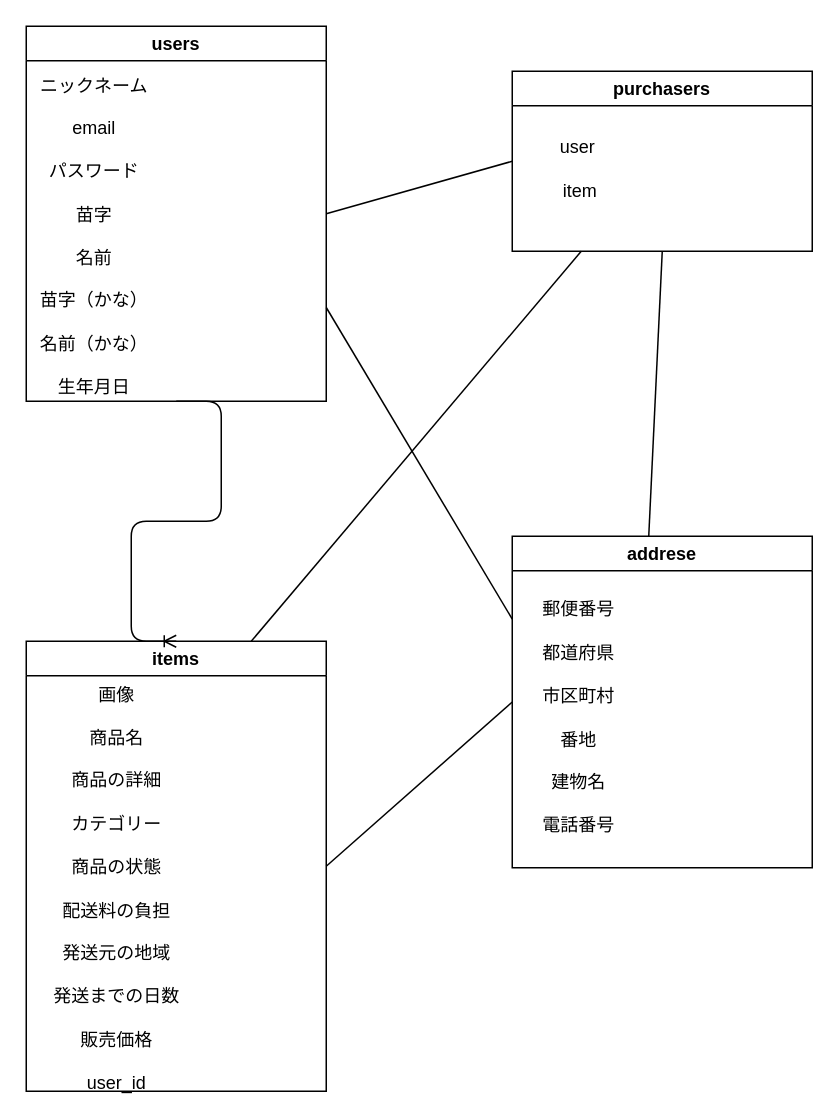
masakazematsumoto/furima--29331- keeps this draw.io diagram as config/cocoa.dio. Above is the earlier version. Source tidied: cells renumbered, new cells numbered last; positions are measured from the earlier drawing's top-left corner, leaving out a move shared by most shapes. Both pictures are drawn from the tidied source at 150%, with x=0, y=0 at pixel (26, 26).
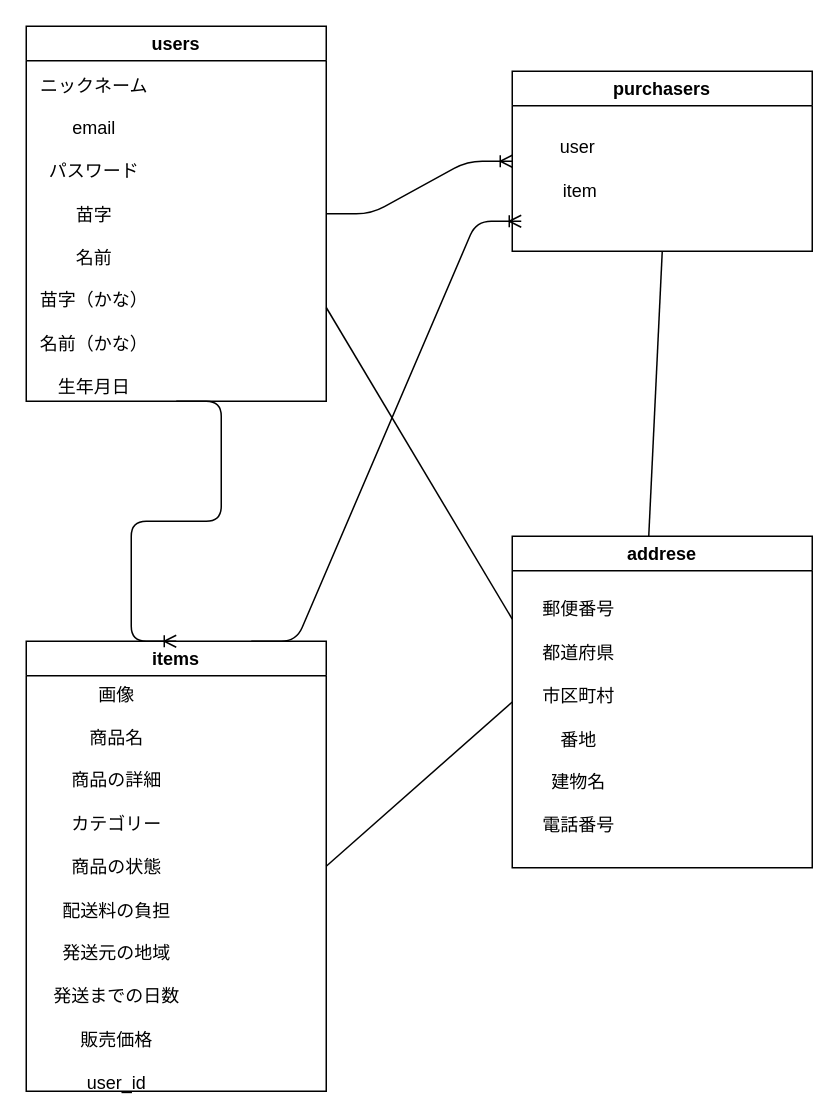
The same diagram, later.

Commit message (it also covers changes not shown here):
テーブル設計2

Change to the diagram source:
```diff
@@
 <mxGraphModel>
   <root>
     <mxCell id="0" />
     <mxCell id="1" parent="0" />
     <mxCell id="2" value="users" style="swimlane;" parent="1" vertex="1">
       <mxGeometry width="200" height="250" as="geometry" />
     </mxCell>
     <mxCell id="3" value="ニックネーム&lt;br&gt;&lt;br&gt;email&lt;br&gt;&lt;br&gt;パスワード&lt;br&gt;&lt;br&gt;苗字&lt;br&gt;&lt;br&gt;名前&lt;br&gt;&lt;br&gt;苗字（かな）&lt;br&gt;&lt;br&gt;名前（かな）&lt;br&gt;&lt;br&gt;生年月日" style="text;html=1;align=center;verticalAlign=middle;" parent="2" vertex="1">
       <mxGeometry y="30" width="90" height="220" as="geometry" />
     </mxCell>
     <mxCell id="4" value="items" style="swimlane;" parent="1" vertex="1">
       <mxGeometry y="410" width="200" height="300" as="geometry" />
     </mxCell>
     <mxCell id="5" value="画像&lt;br&gt;&lt;br&gt;商品名&lt;br&gt;&lt;br&gt;商品の詳細&lt;br&gt;&lt;br&gt;カテゴリー&lt;br&gt;&lt;br&gt;商品の状態&lt;br&gt;&lt;br&gt;配送料の負担&lt;br&gt;&lt;br&gt;発送元の地域&lt;br&gt;&lt;br&gt;発送までの日数&lt;br&gt;&lt;br&gt;販売価格&lt;br&gt;&lt;br&gt;user_id&lt;br&gt;" style="text;html=1;align=center;verticalAlign=middle;" parent="4" vertex="1">
       <mxGeometry x="10" y="30" width="100" height="270" as="geometry" />
     </mxCell>
     <mxCell id="6" value="purchasers" style="swimlane;" parent="1" vertex="1">
       <mxGeometry x="324" y="30" width="200" height="120" as="geometry" />
     </mxCell>
     <mxCell id="7" value="user&amp;nbsp;&lt;br&gt;&lt;br&gt;item" style="text;html=1;align=center;verticalAlign=middle;" parent="6" vertex="1">
       <mxGeometry x="25" y="40" width="40" height="50" as="geometry" />
     </mxCell>
     <mxCell id="8" value="addrese" style="swimlane;" parent="1" vertex="1">
       <mxGeometry x="324" y="340" width="200" height="221" as="geometry" />
     </mxCell>
     <mxCell id="9" value="郵便番号&lt;br&gt;&lt;br&gt;都道府県&lt;br&gt;&lt;br&gt;市区町村&lt;br&gt;&lt;br&gt;番地&lt;br&gt;&lt;br&gt;建物名&lt;br&gt;&lt;br&gt;電話番号" style="text;html=1;align=center;verticalAlign=middle;" parent="8" vertex="1">
       <mxGeometry x="14" y="41" width="60" height="160" as="geometry" />
     </mxCell>
     <mxCell id="10" style="edgeStyle=entityRelationEdgeStyle;fontSize=12;html=1;endArrow=ERoneToMany;exitX=0.5;exitY=1;exitDx=0;exitDy=0;" parent="1" edge="1" source="2">
       <mxGeometry relative="1" as="geometry">
         <mxPoint x="100" y="410" as="targetPoint" />
       </mxGeometry>
     </mxCell>
     <mxCell id="11" style="endArrow=none;html=1;rounded=0;exitX=1;exitY=0.5;exitDx=0;exitDy=0;entryX=0;entryY=0.5;entryDx=0;entryDy=0;" parent="1" edge="1" source="4" target="8">
       <mxGeometry relative="1" as="geometry" />
     </mxCell>
     <mxCell id="12" style="endArrow=none;html=1;rounded=0;entryX=0.5;entryY=1;entryDx=0;entryDy=0;exitX=0.455;exitY=0;exitDx=0;exitDy=0;exitPerimeter=0;" parent="1" edge="1" source="8" target="6">
       <mxGeometry relative="1" as="geometry" />
     </mxCell>
-    <mxCell id="13" style="endArrow=none;html=1;rounded=0;exitX=0.75;exitY=0;exitDx=0;exitDy=0;" parent="1" edge="1" source="4">
-      <mxGeometry relative="1" as="geometry">
-        <mxPoint x="370" y="150" as="targetPoint" />
-      </mxGeometry>
-    </mxCell>
+    <mxCell id="15" style="endArrow=none;html=1;rounded=0;exitX=1;exitY=0.75;exitDx=0;exitDy=0;entryX=0;entryY=0.25;entryDx=0;entryDy=0;" parent="1" edge="1" source="2" target="8">
+      <mxGeometry relative="1" as="geometry" />
+    </mxCell>
-    <mxCell id="14" style="endArrow=none;html=1;rounded=0;exitX=1;exitY=0.5;exitDx=0;exitDy=0;entryX=0;entryY=0.5;entryDx=0;entryDy=0;" parent="1" edge="1" source="2" target="6">
+    <mxCell id="14" style="edgeStyle=entityRelationEdgeStyle;fontSize=12;html=1;endArrow=ERoneToMany;exitX=1;exitY=0.5;exitDx=0;exitDy=0;entryX=0;entryY=0.5;entryDx=0;entryDy=0;" parent="1" edge="1" source="2" target="6">
       <mxGeometry relative="1" as="geometry" />
     </mxCell>
-    <mxCell id="15" style="endArrow=none;html=1;rounded=0;exitX=1;exitY=0.75;exitDx=0;exitDy=0;entryX=0;entryY=0.25;entryDx=0;entryDy=0;" parent="1" edge="1" source="2" target="8">
-      <mxGeometry relative="1" as="geometry" />
-    </mxCell>
+    <mxCell id="16" style="edgeStyle=entityRelationEdgeStyle;fontSize=12;html=1;endArrow=ERoneToMany;exitX=0.75;exitY=0;exitDx=0;exitDy=0;" parent="1" edge="1" source="4">
+      <mxGeometry relative="1" as="geometry">
+        <mxPoint x="330" y="130" as="targetPoint" />
+      </mxGeometry>
+    </mxCell>
   </root>
 </mxGraphModel>
```
